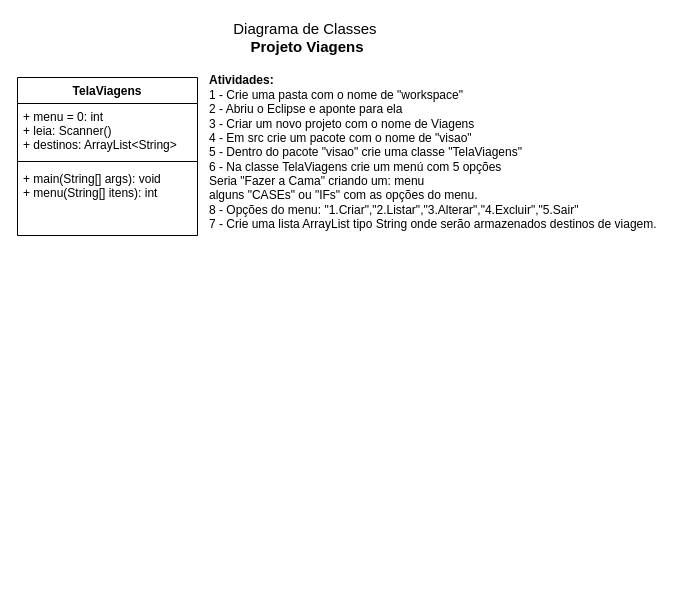
Above: 1des/fpoo/Aula/18/projetoViagens.drawio in wellifabio/senai2021 (draw.io), before the change. Source tidied: cells renumbered, new cells numbered last; positions are measured from the earlier drawing's top-left corner, leaving out a move shared by most shapes. Both pictures are drawn from the tidied source at 100%, with x=0, y=0 at pixel (17, 17).
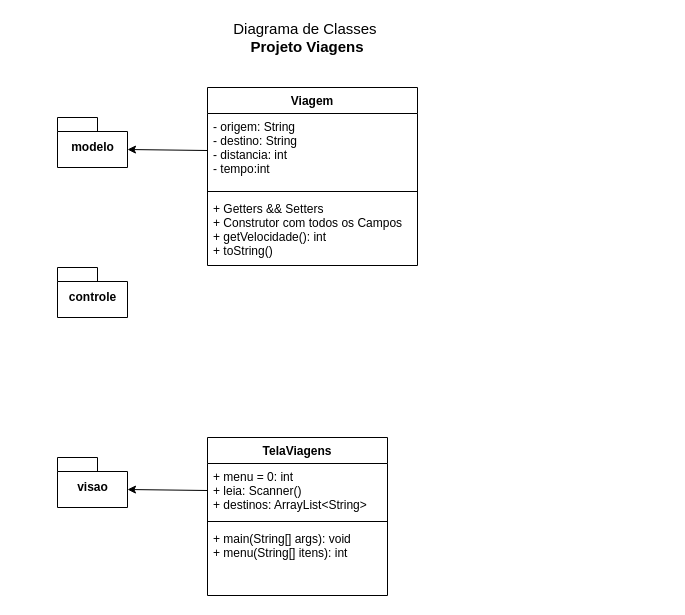
Above is the later version.

Change to the diagram source:
```diff
@@
 <mxGraphModel>
   <root>
     <mxCell id="0" />
     <mxCell id="1" parent="0" />
     <mxCell id="2" value="Diagrama de Classes&amp;nbsp;&lt;br style=&quot;font-size: 15px;&quot;&gt;&lt;b style=&quot;font-size: 15px;&quot;&gt;Projeto Viagens&lt;/b&gt;" style="text;html=1;strokeColor=none;fillColor=none;align=center;verticalAlign=middle;whiteSpace=wrap;rounded=0;fontSize=15;" parent="1" vertex="1">
       <mxGeometry x="170" width="240" height="40" as="geometry" />
     </mxCell>
-    <mxCell id="3" value="&lt;b&gt;Atividades:&lt;br&gt;&lt;/b&gt;&lt;div&gt;1 - Crie uma pasta com o nome de &quot;workspace&quot;&lt;/div&gt;&lt;div&gt;2 - Abriu o Eclipse e aponte para ela&lt;/div&gt;&lt;div&gt;3 - Criar um novo projeto com o nome de Viagens&lt;/div&gt;&lt;div&gt;4 - Em src crie um pacote com o nome de &quot;visao&quot;&lt;/div&gt;&lt;div&gt;5 - Dentro do pacote &quot;visao&quot; crie uma classe &quot;TelaViagens&quot;&lt;/div&gt;&lt;div&gt;6 - Na classe TelaViagens crie um menú com 5 opções&lt;/div&gt;&lt;div&gt;&lt;span&gt;&#9;&lt;/span&gt;Seria &quot;Fazer a Cama&quot; criando um: menu&lt;/div&gt;&lt;div&gt;&lt;span&gt;&#9;&lt;/span&gt;alguns &quot;CASEs&quot; ou &quot;IFs&quot; com as opções do menu.&lt;/div&gt;&lt;div&gt;8 - Opções do menu: &quot;1.Criar&quot;,&quot;2.Listar&quot;,&quot;3.Alterar&quot;,&quot;4.Excluir&quot;,&quot;5.Sair&quot;&lt;/div&gt;&lt;div&gt;7 - Crie uma lista ArrayList tipo String onde serão armazenados destinos de viagem.&lt;/div&gt;" style="text;html=1;strokeColor=none;fillColor=none;align=left;verticalAlign=middle;whiteSpace=wrap;rounded=0;fontSize=12;" parent="1" vertex="1">
-      <mxGeometry x="190" y="52" width="460" height="166" as="geometry" />
-    </mxCell>
     <mxCell id="4" value="TelaViagens" style="swimlane;fontStyle=1;align=center;verticalAlign=top;horizontal=1;startSize=26;fontSize=12;" parent="1" vertex="1">
-      <mxGeometry y="60" width="180" height="158" as="geometry" />
+      <mxGeometry x="190" y="420" width="180" height="158" as="geometry" />
     </mxCell>
     <mxCell id="5" value="+ menu = 0: int&#10;+ leia: Scanner()&#10;+ destinos: ArrayList&lt;String&gt;" style="text;strokeColor=none;fillColor=none;align=left;verticalAlign=top;spacingLeft=4;spacingRight=4;overflow=hidden;points=[[0,0.5],[1,0.5]];portConstraint=eastwest;" parent="4" vertex="1">
       <mxGeometry y="26" width="180" height="54" as="geometry" />
     </mxCell>
     <mxCell id="6" style="line;strokeWidth=1;fillColor=none;align=left;verticalAlign=middle;spacingTop=-1;spacingLeft=3;spacingRight=3;labelPosition=right;" parent="4" vertex="1">
       <mxGeometry y="80" width="180" height="8" as="geometry" />
     </mxCell>
     <mxCell id="7" value="+ main(String[] args): void&#10;+ menu(String[] itens): int" style="text;strokeColor=none;fillColor=none;align=left;verticalAlign=top;spacingLeft=4;spacingRight=4;overflow=hidden;" parent="4" vertex="1">
       <mxGeometry y="88" width="180" height="70" as="geometry" />
     </mxCell>
+    <mxCell id="8" value="Viagem" style="swimlane;fontStyle=1;align=center;verticalAlign=top;horizontal=1;startSize=26;fontSize=12;" parent="1" vertex="1">
+      <mxGeometry x="190" y="70" width="210" height="178" as="geometry" />
+    </mxCell>
+    <mxCell id="9" value="- origem: String&#10;- destino: String&#10;- distancia: int&#10;- tempo:int&#10;" style="text;strokeColor=none;fillColor=none;align=left;verticalAlign=top;spacingLeft=4;spacingRight=4;overflow=hidden;points=[[0,0.5],[1,0.5]];portConstraint=eastwest;" parent="8" vertex="1">
+      <mxGeometry y="26" width="210" height="74" as="geometry" />
+    </mxCell>
+    <mxCell id="10" style="line;strokeWidth=1;fillColor=none;align=left;verticalAlign=middle;spacingTop=-1;spacingLeft=3;spacingRight=3;labelPosition=right;" parent="8" vertex="1">
+      <mxGeometry y="100" width="210" height="8" as="geometry" />
+    </mxCell>
+    <mxCell id="11" value="+ Getters &amp;&amp; Setters&#10;+ Construtor com todos os Campos&#10;+ getVelocidade(): int&#10;+ toString()" style="text;strokeColor=none;fillColor=none;align=left;verticalAlign=top;spacingLeft=4;spacingRight=4;overflow=hidden;" parent="8" vertex="1">
+      <mxGeometry y="108" width="210" height="70" as="geometry" />
+    </mxCell>
+    <mxCell id="12" value="modelo" style="shape=folder;fontStyle=1;spacingTop=10;tabWidth=40;tabHeight=14;tabPosition=left;html=1;" parent="1" vertex="1">
+      <mxGeometry x="40" y="100" width="70" height="50" as="geometry" />
+    </mxCell>
+    <mxCell id="13" value="visao" style="shape=folder;fontStyle=1;spacingTop=10;tabWidth=40;tabHeight=14;tabPosition=left;html=1;" parent="1" vertex="1">
+      <mxGeometry x="40" y="440" width="70" height="50" as="geometry" />
+    </mxCell>
+    <mxCell id="14" value="controle" style="shape=folder;fontStyle=1;spacingTop=10;tabWidth=40;tabHeight=14;tabPosition=left;html=1;" parent="1" vertex="1">
+      <mxGeometry x="40" y="250" width="70" height="50" as="geometry" />
+    </mxCell>
+    <mxCell id="15" style="rounded=0;jettySize=auto;html=1;exitX=0;exitY=0.5;exitDx=0;exitDy=0;entryX=0;entryY=0;entryDx=70;entryDy=32;entryPerimeter=0;" parent="1" edge="1" source="5" target="13">
+      <mxGeometry relative="1" as="geometry" />
+    </mxCell>
+    <mxCell id="16" style="rounded=0;jettySize=auto;html=1;exitX=0;exitY=0.5;exitDx=0;exitDy=0;entryX=0;entryY=0;entryDx=70;entryDy=32;entryPerimeter=0;" parent="1" edge="1" source="9" target="12">
+      <mxGeometry relative="1" as="geometry" />
+    </mxCell>
   </root>
 </mxGraphModel>
```
